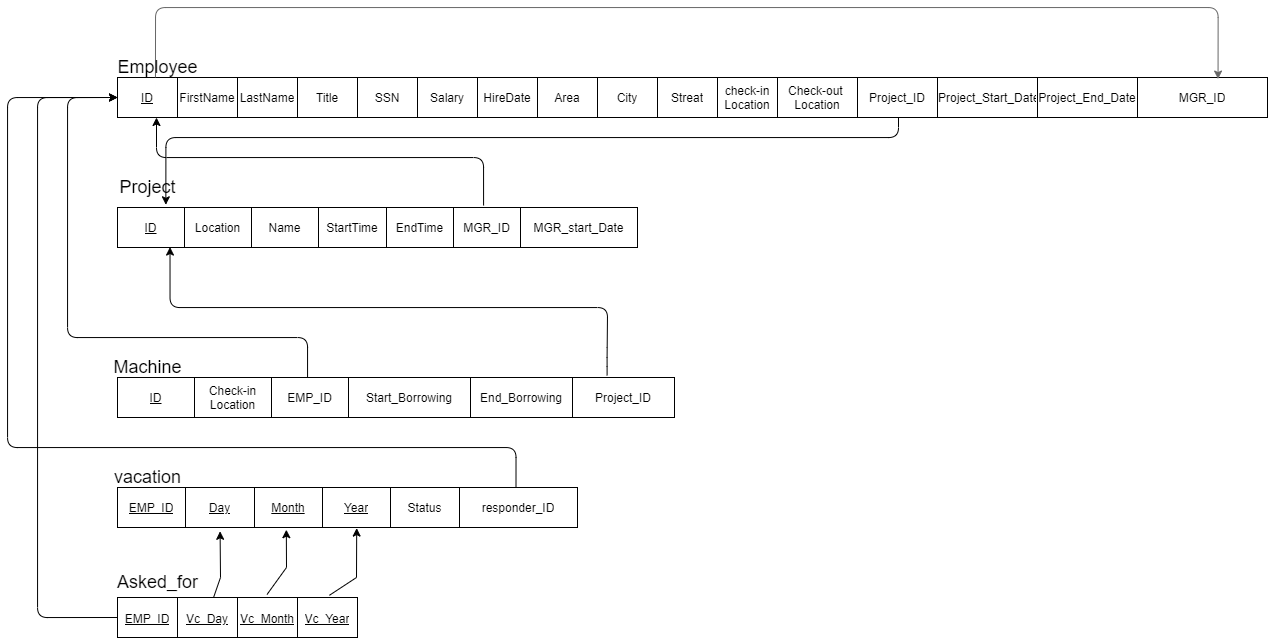
aymanred121/IGEC-Logging-App-Project keeps this draw.io diagram as schema.png. Above is the earlier version. Source tidied: cells renumbered, new cells last; positions are measured from the earlier drawing's top-left corner, leaving out a move shared by most shapes.
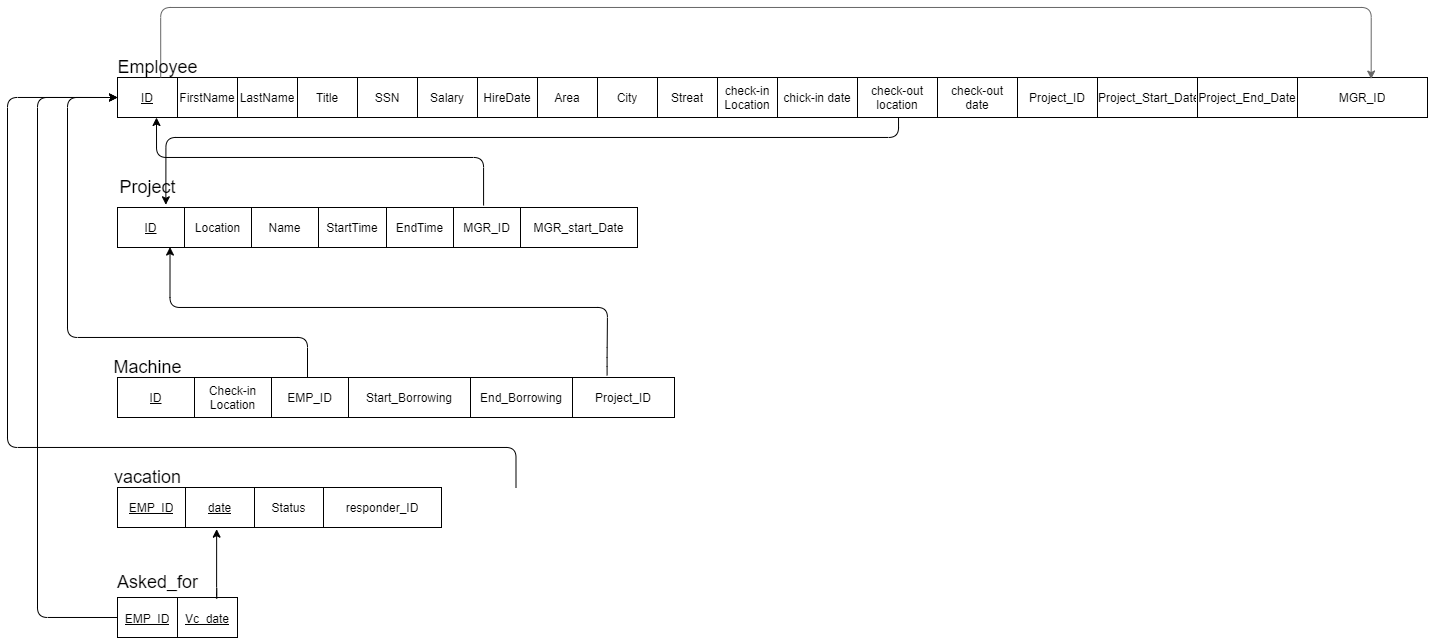
Later version of the same file.

Commit message:
UNF schema

Diff of the diagram source:
```diff
@@ -3,10 +3,10 @@
     <mxCell id="0" />
     <mxCell id="1" parent="0" />
     <mxCell id="2" style="shape=table;startSize=0;" parent="1" vertex="1">
-      <mxGeometry x="110" y="70" width="1150" height="40" as="geometry" />
+      <mxGeometry x="110" y="70" width="1310" height="40" as="geometry" />
     </mxCell>
     <mxCell id="3" style="shape=partialRectangle;fillColor=none;top=0;left=0;bottom=0;right=0;points=[[0,0.5],[1,0.5]];portConstraint=eastwest;" parent="2" vertex="1">
-      <mxGeometry width="1150" height="40" as="geometry" />
+      <mxGeometry width="1310" height="40" as="geometry" />
     </mxCell>
     <mxCell id="4" value="&lt;u&gt;ID&lt;/u&gt;" style="shape=partialRectangle;html=1;whiteSpace=wrap;overflow=hidden;fillColor=none;top=0;left=0;bottom=0;right=0;" parent="3" vertex="1">
       <mxGeometry width="60" height="40" as="geometry" />
@@ -41,26 +41,32 @@
     <mxCell id="14" value="check-in Location" style="shape=partialRectangle;html=1;whiteSpace=wrap;overflow=hidden;fillColor=none;top=0;left=0;bottom=0;right=0;" parent="3" vertex="1">
       <mxGeometry x="600" width="60" height="40" as="geometry" />
     </mxCell>
-    <mxCell id="15" value="Check-out&amp;nbsp;&lt;br&gt;Location" style="shape=partialRectangle;html=1;whiteSpace=wrap;overflow=hidden;fillColor=none;top=0;left=0;bottom=0;right=0;" parent="3" vertex="1">
+    <mxCell id="15" value="chick-in date" style="shape=partialRectangle;html=1;whiteSpace=wrap;overflow=hidden;fillColor=none;top=0;left=0;bottom=0;right=0;strokeColor=default;fontColor=default;" parent="3" vertex="1">
       <mxGeometry x="660" width="80" height="40" as="geometry" />
     </mxCell>
+    <mxCell id="66" value="check-out location" style="shape=partialRectangle;html=1;whiteSpace=wrap;overflow=hidden;fillColor=none;top=0;left=0;bottom=0;right=0;strokeColor=default;fontColor=default;" parent="3" vertex="1">
+      <mxGeometry x="740" width="80" height="40" as="geometry" />
+    </mxCell>
+    <mxCell id="67" value="check-out date" style="shape=partialRectangle;html=1;whiteSpace=wrap;overflow=hidden;fillColor=none;top=0;left=0;bottom=0;right=0;" parent="3" vertex="1">
+      <mxGeometry x="820" width="80" height="40" as="geometry" />
+    </mxCell>
     <mxCell id="16" value="Project_ID" style="shape=partialRectangle;html=1;whiteSpace=wrap;overflow=hidden;fillColor=none;top=0;left=0;bottom=0;right=0;" parent="3" vertex="1">
-      <mxGeometry x="740" width="80" height="40" as="geometry" />
+      <mxGeometry x="900" width="80" height="40" as="geometry" />
     </mxCell>
     <mxCell id="17" value="Project_Start_Date" style="shape=partialRectangle;html=1;whiteSpace=wrap;overflow=hidden;fillColor=none;top=0;left=0;bottom=0;right=0;" parent="3" vertex="1">
-      <mxGeometry x="820" width="100" height="40" as="geometry" />
+      <mxGeometry x="980" width="100" height="40" as="geometry" />
     </mxCell>
     <mxCell id="18" value="Project_End_Date" style="shape=partialRectangle;html=1;whiteSpace=wrap;overflow=hidden;fillColor=none;top=0;left=0;bottom=0;right=0;" parent="3" vertex="1">
-      <mxGeometry x="920" width="100" height="40" as="geometry" />
+      <mxGeometry x="1080" width="100" height="40" as="geometry" />
     </mxCell>
     <mxCell id="19" value="MGR_ID" style="shape=partialRectangle;html=1;whiteSpace=wrap;overflow=hidden;fillColor=none;top=0;left=0;bottom=0;right=0;" parent="3" vertex="1">
-      <mxGeometry x="1020" width="130" height="40" as="geometry" />
+      <mxGeometry x="1180" width="130" height="40" as="geometry" />
     </mxCell>
     <mxCell id="20" style="edgeStyle=segmentEdgeStyle;endArrow=classic;html=1;strokeColor=#666666;strokeWidth=1;exitX=0.033;exitY=0;exitDx=0;exitDy=0;exitPerimeter=0;entryX=0.957;entryY=0.039;entryDx=0;entryDy=0;entryPerimeter=0;labelBackgroundColor=default;fontColor=default;fillColor=#f5f5f5;" parent="2" edge="1" source="3" target="3">
       <mxGeometry relative="1" as="geometry">
         <Array as="points">
-          <mxPoint x="38" y="-70" />
-          <mxPoint x="1101" y="-70" />
+          <mxPoint x="43" y="-70" />
+          <mxPoint x="1254" y="-70" />
         </Array>
       </mxGeometry>
     </mxCell>
@@ -161,28 +167,22 @@
       </mxGeometry>
     </mxCell>
     <mxCell id="45" style="shape=table;startSize=0;fontColor=default;fillColor=default;strokeColor=default;" parent="1" vertex="1">
-      <mxGeometry x="110" y="480" width="460" height="40" as="geometry" />
+      <mxGeometry x="110" y="480" width="324" height="40" as="geometry" />
     </mxCell>
     <mxCell id="46" style="shape=partialRectangle;fillColor=none;top=0;left=0;bottom=0;right=0;points=[[0,0.5],[1,0.5]];portConstraint=eastwest;fontColor=default;" parent="45" vertex="1">
-      <mxGeometry width="460" height="40" as="geometry" />
+      <mxGeometry width="324" height="40" as="geometry" />
     </mxCell>
     <mxCell id="47" value="&lt;u&gt;EMP_ID&lt;/u&gt;" style="shape=partialRectangle;html=1;whiteSpace=wrap;overflow=hidden;fillColor=none;top=0;left=0;bottom=0;right=0;fontColor=default;" parent="46" vertex="1">
       <mxGeometry width="68" height="40" as="geometry" />
     </mxCell>
-    <mxCell id="48" value="&lt;u&gt;Day&lt;/u&gt;" style="shape=partialRectangle;html=1;whiteSpace=wrap;overflow=hidden;fillColor=none;top=0;left=0;bottom=0;right=0;fontColor=default;" parent="46" vertex="1">
+    <mxCell id="48" value="&lt;u&gt;date&lt;/u&gt;" style="shape=partialRectangle;html=1;whiteSpace=wrap;overflow=hidden;fillColor=none;top=0;left=0;bottom=0;right=0;fontColor=default;" parent="46" vertex="1">
       <mxGeometry x="68" width="69" height="40" as="geometry" />
     </mxCell>
-    <mxCell id="49" value="&lt;u&gt;Month&lt;/u&gt;" style="shape=partialRectangle;html=1;whiteSpace=wrap;overflow=hidden;fillColor=none;top=0;left=0;bottom=0;right=0;fontColor=default;" parent="46" vertex="1">
-      <mxGeometry x="137" width="68" height="40" as="geometry" />
-    </mxCell>
-    <mxCell id="50" value="&lt;u&gt;Year&lt;/u&gt;" style="shape=partialRectangle;html=1;whiteSpace=wrap;overflow=hidden;fillColor=none;top=0;left=0;bottom=0;right=0;fontColor=default;" parent="46" vertex="1">
-      <mxGeometry x="205" width="68" height="40" as="geometry" />
-    </mxCell>
     <mxCell id="51" value="Status" style="shape=partialRectangle;html=1;whiteSpace=wrap;overflow=hidden;fillColor=none;top=0;left=0;bottom=0;right=0;fontColor=default;" parent="46" vertex="1">
-      <mxGeometry x="273" width="69" height="40" as="geometry" />
+      <mxGeometry x="137" width="69" height="40" as="geometry" />
     </mxCell>
     <mxCell id="52" value="responder_ID" style="shape=partialRectangle;html=1;whiteSpace=wrap;overflow=hidden;fillColor=none;top=0;left=0;bottom=0;right=0;fontColor=default;" parent="46" vertex="1">
-      <mxGeometry x="342" width="118" height="40" as="geometry" />
+      <mxGeometry x="206" width="118" height="40" as="geometry" />
     </mxCell>
     <mxCell id="53" value="&lt;font style=&quot;font-size: 18px&quot;&gt;vacation&lt;/font&gt;" style="text;html=1;align=center;verticalAlign=middle;strokeColor=none;fillColor=none;fontColor=default;" parent="1" vertex="1">
       <mxGeometry x="100" y="460" width="80" height="20" as="geometry" />
@@ -198,23 +198,17 @@
       </mxGeometry>
     </mxCell>
     <mxCell id="55" style="shape=table;startSize=0;fontSize=18;fontColor=default;strokeColor=default;fillColor=default;" parent="1" vertex="1">
-      <mxGeometry x="110" y="590" width="240" height="40" as="geometry" />
+      <mxGeometry x="110" y="590" width="120" height="40" as="geometry" />
     </mxCell>
     <mxCell id="56" style="shape=partialRectangle;fillColor=none;top=0;left=0;bottom=0;right=0;points=[[0,0.5],[1,0.5]];portConstraint=eastwest;fontSize=18;fontColor=default;strokeColor=default;" parent="55" vertex="1">
-      <mxGeometry width="240" height="40" as="geometry" />
+      <mxGeometry width="120" height="40" as="geometry" />
     </mxCell>
     <mxCell id="57" value="&lt;font style=&quot;font-size: 12px&quot;&gt;&lt;u&gt;EMP_ID&lt;/u&gt;&lt;/font&gt;" style="shape=partialRectangle;html=1;whiteSpace=wrap;overflow=hidden;fillColor=none;top=0;left=0;bottom=0;right=0;fontSize=18;fontColor=default;strokeColor=default;" parent="56" vertex="1">
       <mxGeometry width="60" height="40" as="geometry" />
     </mxCell>
-    <mxCell id="58" value="&lt;font style=&quot;font-size: 12px&quot;&gt;&lt;u&gt;Vc_Day&lt;/u&gt;&lt;/font&gt;" style="shape=partialRectangle;html=1;whiteSpace=wrap;overflow=hidden;fillColor=none;top=0;left=0;bottom=0;right=0;fontSize=18;fontColor=default;strokeColor=default;" parent="56" vertex="1">
+    <mxCell id="58" value="&lt;font style=&quot;font-size: 12px&quot;&gt;&lt;u&gt;Vc_date&lt;/u&gt;&lt;/font&gt;" style="shape=partialRectangle;html=1;whiteSpace=wrap;overflow=hidden;fillColor=none;top=0;left=0;bottom=0;right=0;fontSize=18;fontColor=default;strokeColor=default;" parent="56" vertex="1">
       <mxGeometry x="60" width="60" height="40" as="geometry" />
     </mxCell>
-    <mxCell id="59" value="&lt;font style=&quot;font-size: 12px&quot;&gt;&lt;u&gt;Vc_Month&lt;/u&gt;&lt;/font&gt;" style="shape=partialRectangle;html=1;whiteSpace=wrap;overflow=hidden;fillColor=none;top=0;left=0;bottom=0;right=0;fontSize=18;fontColor=default;strokeColor=default;" parent="56" vertex="1">
-      <mxGeometry x="120" width="60" height="40" as="geometry" />
-    </mxCell>
-    <mxCell id="60" value="&lt;font style=&quot;font-size: 12px&quot;&gt;&lt;u&gt;Vc_Year&lt;/u&gt;&lt;/font&gt;" style="shape=partialRectangle;html=1;whiteSpace=wrap;overflow=hidden;fillColor=none;top=0;left=0;bottom=0;right=0;fontSize=18;fontColor=default;strokeColor=default;" parent="56" vertex="1">
-      <mxGeometry x="180" width="60" height="40" as="geometry" />
-    </mxCell>
     <mxCell id="61" value="Asked_for" style="text;html=1;align=center;verticalAlign=middle;strokeColor=none;fillColor=none;fontSize=18;fontColor=default;" parent="1" vertex="1">
       <mxGeometry x="100" y="560" width="100" height="30" as="geometry" />
     </mxCell>
@@ -226,26 +220,12 @@
         </Array>
       </mxGeometry>
     </mxCell>
-    <mxCell id="63" style="endArrow=classic;html=1;rounded=0;labelBackgroundColor=default;fontSize=12;fontColor=default;strokeColor=default;exitX=0.4;exitY=0.005;exitDx=0;exitDy=0;exitPerimeter=0;entryX=0.223;entryY=1.095;entryDx=0;entryDy=0;entryPerimeter=0;" parent="1" edge="1" source="56" target="46">
-      <mxGeometry relative="1" as="geometry">
-        <Array as="points">
-          <mxPoint x="213" y="570" />
-        </Array>
-      </mxGeometry>
-    </mxCell>
-    <mxCell id="64" style="endArrow=classic;html=1;rounded=0;labelBackgroundColor=default;fontSize=12;fontColor=default;strokeColor=default;exitX=0.883;exitY=-0.055;exitDx=0;exitDy=0;exitPerimeter=0;entryX=0.52;entryY=1.015;entryDx=0;entryDy=0;entryPerimeter=0;" parent="1" edge="1" source="56" target="46">
-      <mxGeometry relative="1" as="geometry">
-        <Array as="points">
-          <mxPoint x="349" y="570" />
-        </Array>
-      </mxGeometry>
-    </mxCell>
-    <mxCell id="65" style="endArrow=classic;html=1;rounded=0;labelBackgroundColor=default;fontSize=12;fontColor=default;strokeColor=default;exitX=0.623;exitY=-0.075;exitDx=0;exitDy=0;exitPerimeter=0;entryX=0.367;entryY=1.055;entryDx=0;entryDy=0;entryPerimeter=0;" parent="1" edge="1" source="56" target="46">
-      <mxGeometry relative="1" as="geometry">
-        <Array as="points">
-          <mxPoint x="279" y="560" />
-        </Array>
-      </mxGeometry>
-    </mxCell>
+    <mxCell id="68" style="edgeStyle=segmentEdgeStyle;endArrow=classic;html=1;strokeColor=#000000;strokeWidth=1;labelBackgroundColor=default;fontColor=default;exitX=0.817;exitY=0.003;exitDx=0;exitDy=0;exitPerimeter=0;entryX=0.306;entryY=1.042;entryDx=0;entryDy=0;entryPerimeter=0;" parent="1" edge="1" source="56" target="46">
+      <mxGeometry relative="1" as="geometry">
+        <Array as="points">
+          <mxPoint x="209" y="590" />
+        </Array>
+      </mxGeometry>
+    </mxCell>
   </root>
 </mxGraphModel>
```
